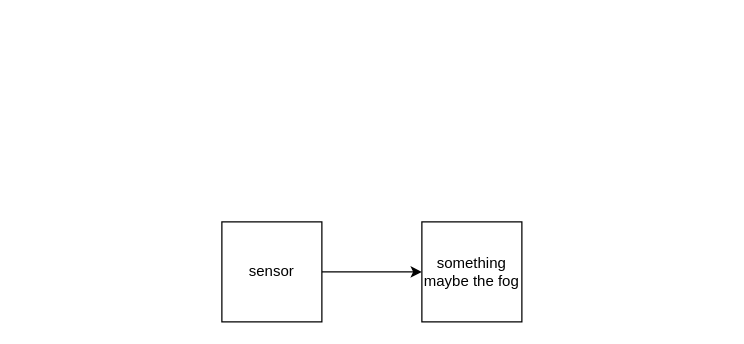
Earlier version of the draw.io diagram 377_Group_Project.drawio (arnav156513/hello-world). Source tidied: cells renumbered, new cells numbered last; positions are measured from the earlier drawing's top-left corner, leaving out a move shared by most shapes. Both pictures are drawn from the tidied source at 125%, with x=0, y=0 at pixel (221, 221).
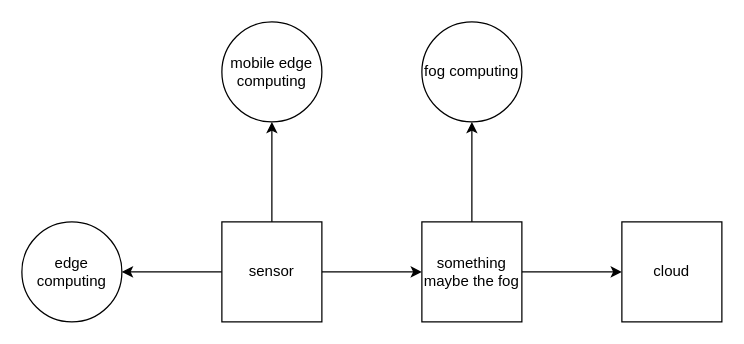
Above is the later version.

Change to the diagram source:
```diff
@@
 <mxGraphModel>
   <root>
     <mxCell id="0" />
     <mxCell id="1" parent="0" />
     <mxCell id="2" style="edgeStyle=orthogonalEdgeStyle;rounded=0;jettySize=auto;html=1;" parent="1" edge="1" source="3" target="4">
       <mxGeometry relative="1" as="geometry" />
     </mxCell>
+    <mxCell id="5" style="edgeStyle=orthogonalEdgeStyle;rounded=0;jettySize=auto;html=1;" parent="1" edge="1" source="3" target="10">
+      <mxGeometry relative="1" as="geometry" />
+    </mxCell>
+    <mxCell id="6" style="edgeStyle=orthogonalEdgeStyle;rounded=0;jettySize=auto;html=1;" parent="1" edge="1" source="3" target="11">
+      <mxGeometry relative="1" as="geometry" />
+    </mxCell>
     <mxCell id="3" value="&lt;div&gt;sensor&lt;/div&gt;" style="whiteSpace=wrap;html=1;" parent="1" vertex="1">
       <mxGeometry width="80" height="80" as="geometry" />
     </mxCell>
+    <mxCell id="7" style="edgeStyle=orthogonalEdgeStyle;rounded=0;jettySize=auto;html=1;" parent="1" edge="1" source="4" target="9">
+      <mxGeometry relative="1" as="geometry" />
+    </mxCell>
+    <mxCell id="8" style="edgeStyle=orthogonalEdgeStyle;rounded=0;jettySize=auto;html=1;" parent="1" edge="1" source="4" target="12">
+      <mxGeometry relative="1" as="geometry" />
+    </mxCell>
     <mxCell id="4" value="something maybe the fog" style="whiteSpace=wrap;html=1;" parent="1" vertex="1">
       <mxGeometry x="160" width="80" height="80" as="geometry" />
     </mxCell>
+    <mxCell id="9" value="&lt;div&gt;cloud&lt;/div&gt;" style="whiteSpace=wrap;html=1;" parent="1" vertex="1">
+      <mxGeometry x="320" width="80" height="80" as="geometry" />
+    </mxCell>
+    <mxCell id="10" value="mobile edge computing" style="ellipse;whiteSpace=wrap;html=1;" parent="1" vertex="1">
+      <mxGeometry y="-160" width="80" height="80" as="geometry" />
+    </mxCell>
+    <mxCell id="11" value="edge computing" style="ellipse;whiteSpace=wrap;html=1;" parent="1" vertex="1">
+      <mxGeometry x="-160" width="80" height="80" as="geometry" />
+    </mxCell>
+    <mxCell id="12" value="&lt;div&gt;fog computing&lt;/div&gt;" style="ellipse;whiteSpace=wrap;html=1;" parent="1" vertex="1">
+      <mxGeometry x="160" y="-160" width="80" height="80" as="geometry" />
+    </mxCell>
   </root>
 </mxGraphModel>
```
